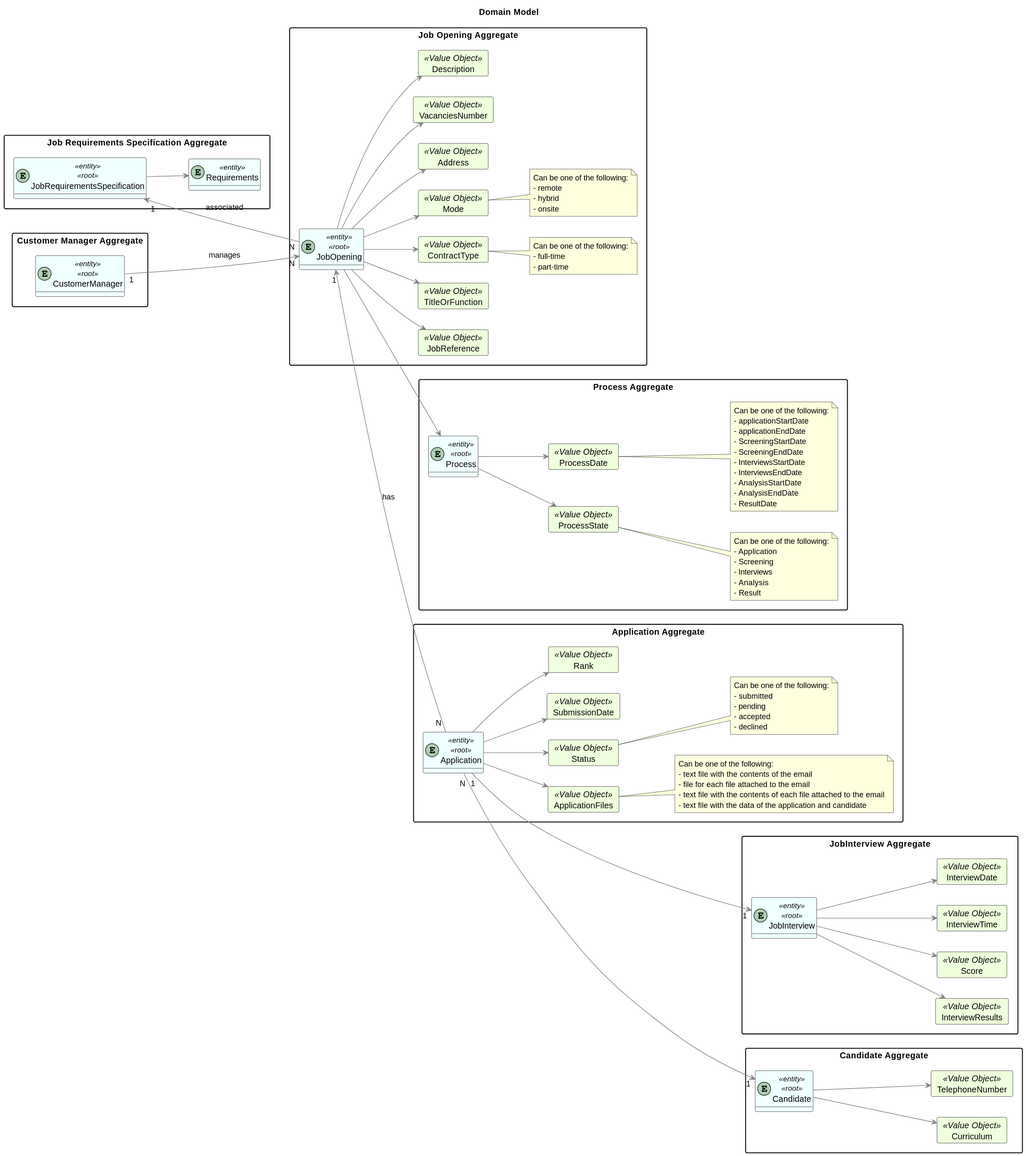
Earlier version of the PlantUML export docs/SprintC/1-job-interviews-evaluation/domain-model.svg (MiguelCardoso77/LAPR4). Its diagram source:
```plantuml
@startuml
hide methods
left to right direction

Title "Domain Model"

skinparam class {
    LifeLineBorderColor DarkBlue
    LifeLineBackgroundColor APPLICATION
    BackgroundColor #F0FFFF
    ArrowColor grey
    BorderColor black
}

skinparam packageStyle rectangle

skinparam card {
    LifeLineBorderColor Green
    LifeLineBackgroundColor APPLICATION
    BackgroundColor #F0FFDD
    ArrowColor DarkGrey
    BorderColor Black
}

package "Job Requirements Specification Aggregate"{
entity JobRequirementsSpecification <<entity>><<root>>

    entity Requirements <<entity>>

    JobRequirementsSpecification --> Requirements

}

package "Job Opening Aggregate"{
entity JobOpening <<entity>><<root>>

    card JobReference <<Value Object>> {
    }
    card TitleOrFunction <<Value Object>> {
    }
    card ContractType <<Value Object>> {
    }
    card Mode <<Value Object>> {
    }
    card Address <<Value Object>> {
    }
    card VacanciesNumber <<Value Object>> {
    }
    card Description <<Value Object>> {
    }

    JobOpening --> JobReference
    JobOpening --> TitleOrFunction
    JobOpening --> ContractType
    JobOpening --> Mode
    JobOpening --> Address
    JobOpening --> VacanciesNumber
    JobOpening --> Description

    note right of ContractType
        Can be one of the following:
        - full-time
        - part-time
    end note

    note right of Mode
         Can be one of the following:
         - remote
         - hybrid
         - onsite
    end note

}

package "JobInterview Aggregate"{
entity JobInterview <<entity>><<root>>

     card InterviewResults <<Value Object>> {
     }
     card Score <<Value Object>> {
     }
     card InterviewTime <<Value Object>> {
     }
     card InterviewDate <<Value Object>> {
     }

     JobInterview --> InterviewResults
     JobInterview --> Score
     JobInterview --> InterviewTime
     JobInterview --> InterviewDate

}

package "Process Aggregate"{
entity Process <<entity>><<root>>

    card ProcessState <<Value Object>> {
    }
    card ProcessDate <<Value Object>> {
    }

    Process --> ProcessState
    Process --> ProcessDate

    note right of ProcessDate
        Can be one of the following:
        - applicationStartDate
        - applicationEndDate
        - ScreeningStartDate
        - ScreeningEndDate
        - InterviewsStartDate
        - InterviewsEndDate
        - AnalysisStartDate
        - AnalysisEndDate
        - ResultDate
    end note

    note right of ProcessState
        Can be one of the following:
        - Application
        - Screening
        - Interviews
        - Analysis
        - Result
    end note

}

package "Application Aggregate"{
entity Application <<entity>><<root>>

    card ApplicationFiles <<Value Object>>{
    }
    card Status <<Value Object>>{
    }
    card SubmissionDate <<Value Object>>{
    }
    card Rank <<Value Object>>{
    }

    Application --> ApplicationFiles
    Application --> Status
    Application --> SubmissionDate
    Application --> Rank

    note right of Status
        Can be one of the following:
        - submitted
        - pending
        - accepted
        - declined
    end note

    note right of ApplicationFiles
        Can be one of the following:
        - text file with the contents of the email
        - file for each file attached to the email
        - text file with the contents of each file attached to the email
        - text file with the data of the application and candidate
    end note

}

package "Candidate Aggregate"{
entity Candidate <<entity>><<root>>

    card Curriculum <<Value Object>> {
    }
    card TelephoneNumber <<Value Object>>{
    }

    Candidate --> Curriculum
    Candidate --> TelephoneNumber
}

package "Customer Manager Aggregate"{
entity CustomerManager <<entity>><<root>>

}

JobOpening  --> Process
JobRequirementsSpecification "1" <--- "N" JobOpening : associated
CustomerManager "1" ---> "N" JobOpening : manages
Application "N" ---> "1" Candidate
Application "1" ---> "1" JobInterview
JobOpening "1" <-- "N " Application : has
@enduml
```
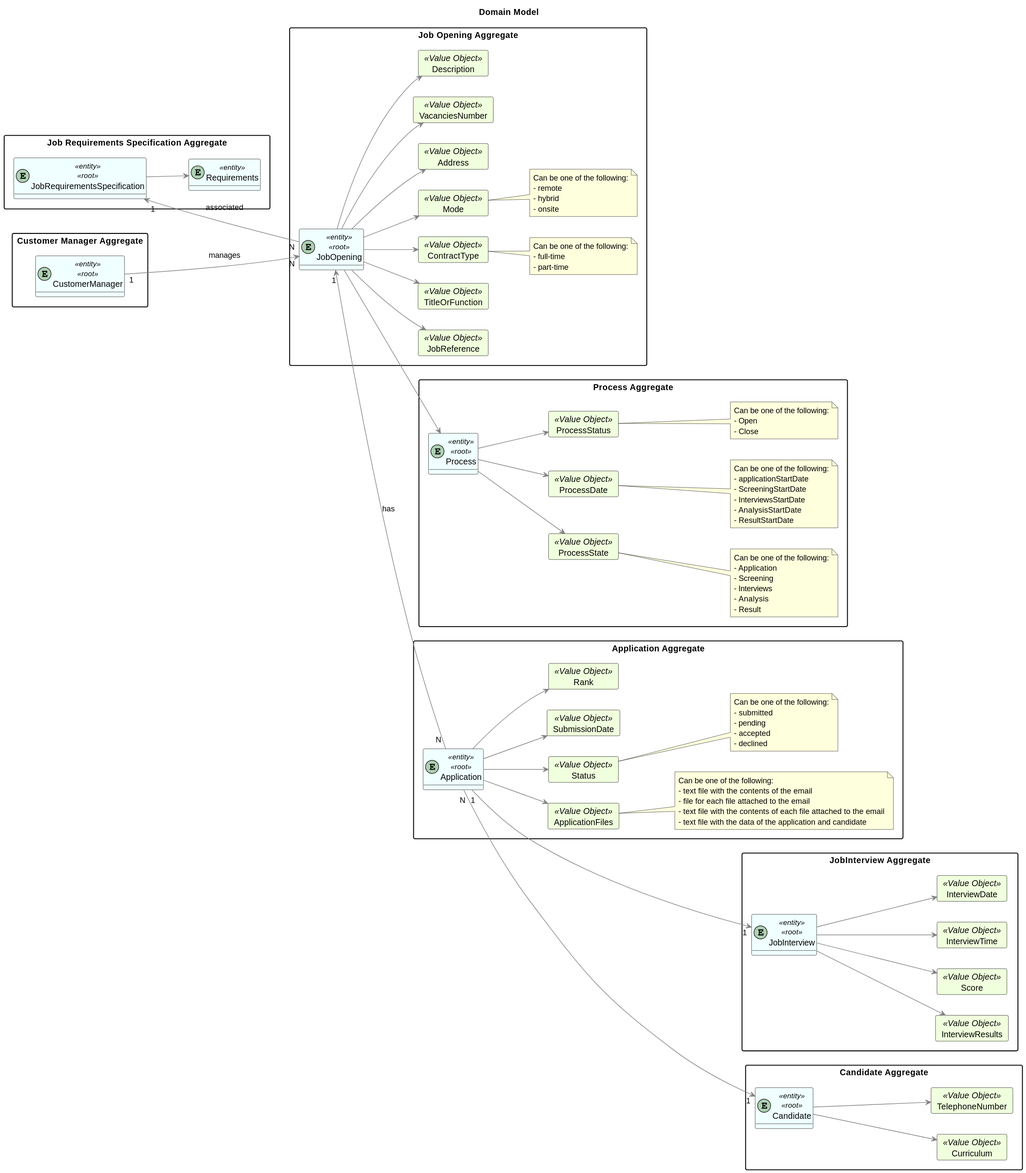
The same diagram one commit later.

Commit message:
SSD and Domain model fixing #30

Diff of the diagram source:
```diff
@@ -98,21 +98,20 @@
     }
     card ProcessDate <<Value Object>> {
     }
+    card ProcessStatus <<Value Object>>{
+    }
 
     Process --> ProcessState
     Process --> ProcessDate
+    Process --> ProcessStatus
 
     note right of ProcessDate
         Can be one of the following:
         - applicationStartDate
-        - applicationEndDate
         - ScreeningStartDate
-        - ScreeningEndDate
         - InterviewsStartDate
-        - InterviewsEndDate
         - AnalysisStartDate
-        - AnalysisEndDate
-        - ResultDate
+        - ResultStartDate
     end note
 
     note right of ProcessState
@@ -122,6 +121,12 @@
         - Interviews
         - Analysis
         - Result
+    end note
+
+    note right of ProcessStatus
+        Can be one of the following:
+        - Open
+        - Close
     end note
 
 }
```
